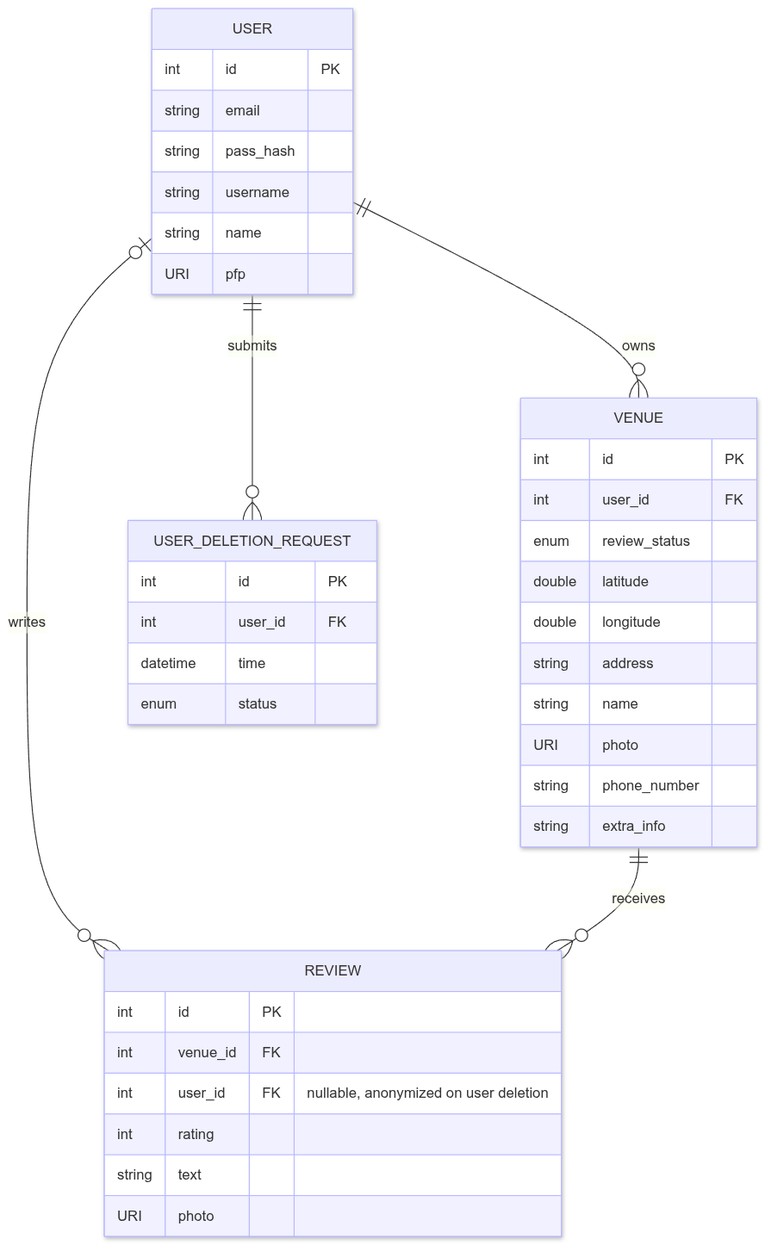
This is labs/1 - ER Diagram/erDiagram.png from ZheniaTrochun/db-intro-course, a Mermaid export, as it was before one commit. Its source is kept beside it as labs/1 - ER Diagram/erDiagram.mmd. Its diagram source:
```mermaid
erDiagram
    USER ||--o{ VENUE : "owns"
    USER |o--o{ REVIEW : "writes"
    VENUE ||--o{ REVIEW : "receives"
    USER ||--o{ USER_DELETION_REQUEST : "submits"

    USER {
        int id PK
        string email
        string pass_hash
        string username
        string name
        URI pfp
    }
    VENUE {
        int id PK
        int user_id FK
        enum review_status
        double latitude
        double longitude
        string address
        string name
        URI photo
        string phone_number
        string extra_info
    }
    REVIEW {
        int id PK
        int venue_id FK
        int user_id FK "nullable, anonymized on user deletion"
        int rating
        string text
        URI photo
    }
    USER_DELETION_REQUEST {
        int id PK
        int user_id FK
        datetime time
        enum status
    }
```
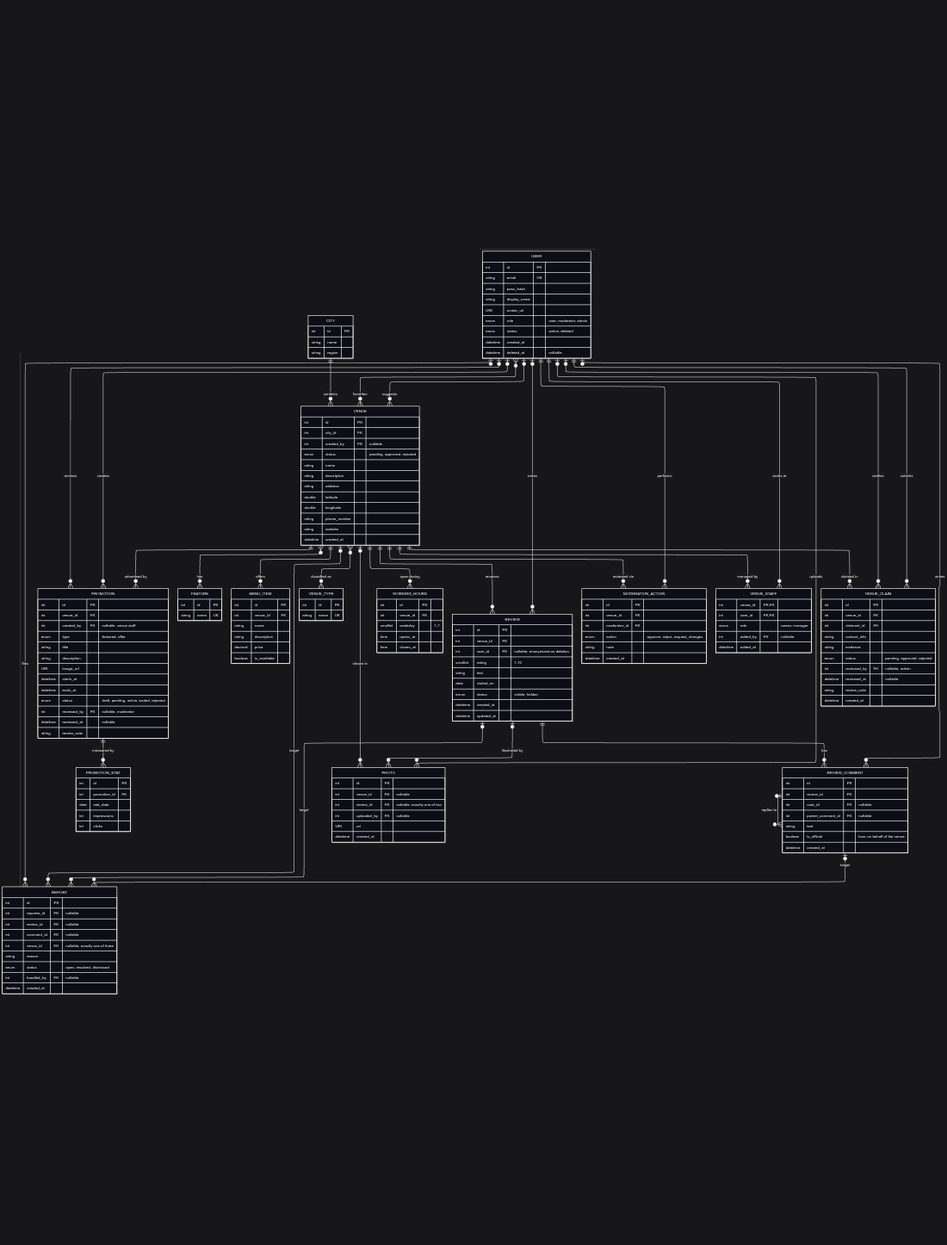
Above is the later version.

Commit message:
revise ERD according to spec

Diff of the diagram source:
```diff
@@ -1,40 +1,177 @@
+---
+config:
+  layout: elk
+---
 erDiagram
-    USER ||--o{ VENUE : "owns"
+    USER |o--o{ VENUE : "suggests"
+    CITY ||--o{ VENUE : "contains"
+    VENUE }o--o{ VENUE_TYPE : "classified as"
+    VENUE }o--o{ FEATURE : "has"
+    USER }o--o{ VENUE : "favorites"
+    VENUE ||--o{ WORKING_HOURS : "open during"
+    VENUE ||--o{ MENU_ITEM : "offers"
+    VENUE ||--o{ MODERATION_ACTION : "reviewed via"
+    USER ||--o{ MODERATION_ACTION : "performs"
     USER |o--o{ REVIEW : "writes"
     VENUE ||--o{ REVIEW : "receives"
-    USER ||--o{ USER_DELETION_REQUEST : "submits"
+    REVIEW ||--o{ REVIEW_COMMENT : "has"
+    USER |o--o{ REVIEW_COMMENT : "writes"
+    REVIEW_COMMENT |o--o{ REVIEW_COMMENT : "replies to"
+    REVIEW |o--o{ PHOTO : "illustrated by"
+    VENUE |o--o{ PHOTO : "shown in"
+    USER |o--o{ PHOTO : "uploads"
+    USER |o--o{ REPORT : "files"
+    REVIEW |o--o{ REPORT : "target"
+    REVIEW_COMMENT |o--o{ REPORT : "target"
+    VENUE |o--o{ REPORT : "target"
+    USER ||--o{ VENUE_CLAIM : "submits"
+    USER |o--o{ VENUE_CLAIM : "verifies"
+    VENUE ||--o{ VENUE_CLAIM : "claimed in"
+    VENUE ||--o{ VENUE_STAFF : "managed by"
+    USER ||--o{ VENUE_STAFF : "works at"
+    VENUE ||--o{ PROMOTION : "advertised by"
+    USER |o--o{ PROMOTION : "creates"
+    USER |o--o{ PROMOTION : "reviews"
+    PROMOTION ||--o{ PROMOTION_STAT : "measured by"
 
     USER {
         int id PK
-        string email
+        string email UK
         string pass_hash
-        string username
+        string display_name
+        URI avatar_url
+        enum role "user, moderator, admin"
+        enum status "active, deleted"
+        datetime created_at
+        datetime deleted_at "nullable"
+    }
+    CITY {
+        int id PK
         string name
-        URI pfp
+        string region
     }
     VENUE {
         int id PK
-        int user_id FK
-        enum review_status
+        int city_id FK
+        int created_by FK "nullable"
+        enum status "pending, approved, rejected"
+        string name
+        string description
+        string address
         double latitude
         double longitude
-        string address
+        string phone_number
+        string website
+        datetime created_at
+    }
+    VENUE_TYPE {
+        int id PK
+        string name UK
+    }
+    FEATURE {
+        int id PK
+        string name UK
+    }
+    WORKING_HOURS {
+        int id PK
+        int venue_id FK
+        smallint weekday "1-7"
+        time opens_at
+        time closes_at
+    }
+    MENU_ITEM {
+        int id PK
+        int venue_id FK
         string name
-        URI photo
-        string phone_number
-        string extra_info
+        string description
+        decimal price
+        boolean is_available
+    }
+    MODERATION_ACTION {
+        int id PK
+        int venue_id FK
+        int moderator_id FK
+        enum action "approve, reject, request_changes"
+        string note
+        datetime created_at
     }
     REVIEW {
         int id PK
         int venue_id FK
-        int user_id FK "nullable, anonymized on user deletion"
-        int rating
+        int user_id FK "nullable, anonymized on deletion"
+        smallint rating "1-10"
         string text
-        URI photo
+        date visited_on
+        enum status "visible, hidden"
+        datetime created_at
+        datetime updated_at
     }
-    USER_DELETION_REQUEST {
+    REVIEW_COMMENT {
         int id PK
-        int user_id FK
-        datetime time
-        enum status
+        int review_id FK
+        int user_id FK "nullable"
+        int parent_comment_id FK "nullable"
+        string text
+        boolean is_official "true: on behalf of the venue"
+        datetime created_at
     }
+    PHOTO {
+        int id PK
+        int venue_id FK "nullable"
+        int review_id FK "nullable, exactly one of two"
+        int uploaded_by FK "nullable"
+        URI url
+        datetime created_at
+    }
+    REPORT {
+        int id PK
+        int reporter_id FK "nullable"
+        int review_id FK "nullable"
+        int comment_id FK "nullable"
+        int venue_id FK "nullable, exactly one of three"
+        string reason
+        enum status "open, resolved, dismissed"
+        int handled_by FK "nullable"
+        datetime created_at
+    }
+    VENUE_CLAIM {
+        int id PK
+        int venue_id FK
+        int claimant_id FK
+        string contact_info
+        string evidence
+        enum status "pending, approved, rejected"
+        int reviewed_by FK "nullable, admin"
+        datetime reviewed_at "nullable"
+        string review_note
+        datetime created_at
+    }
+    VENUE_STAFF {
+        int venue_id PK, FK
+        int user_id PK, FK
+        enum role "owner, manager"
+        int added_by FK "nullable"
+        datetime added_at
+    }
+    PROMOTION {
+        int id PK
+        int venue_id FK
+        int created_by FK "nullable, venue staff"
+        enum type "featured, offer"
+        string title
+        string description
+        URI image_url
+        datetime starts_at
+        datetime ends_at
+        enum status "draft, pending, active, ended, rejected"
+        int reviewed_by FK "nullable, moderator"
+        datetime reviewed_at "nullable"
+        string review_note
+    }
+    PROMOTION_STAT {
+        int id PK
+        int promotion_id FK
+        date stat_date
+        int impressions
+        int clicks
+    }
```
